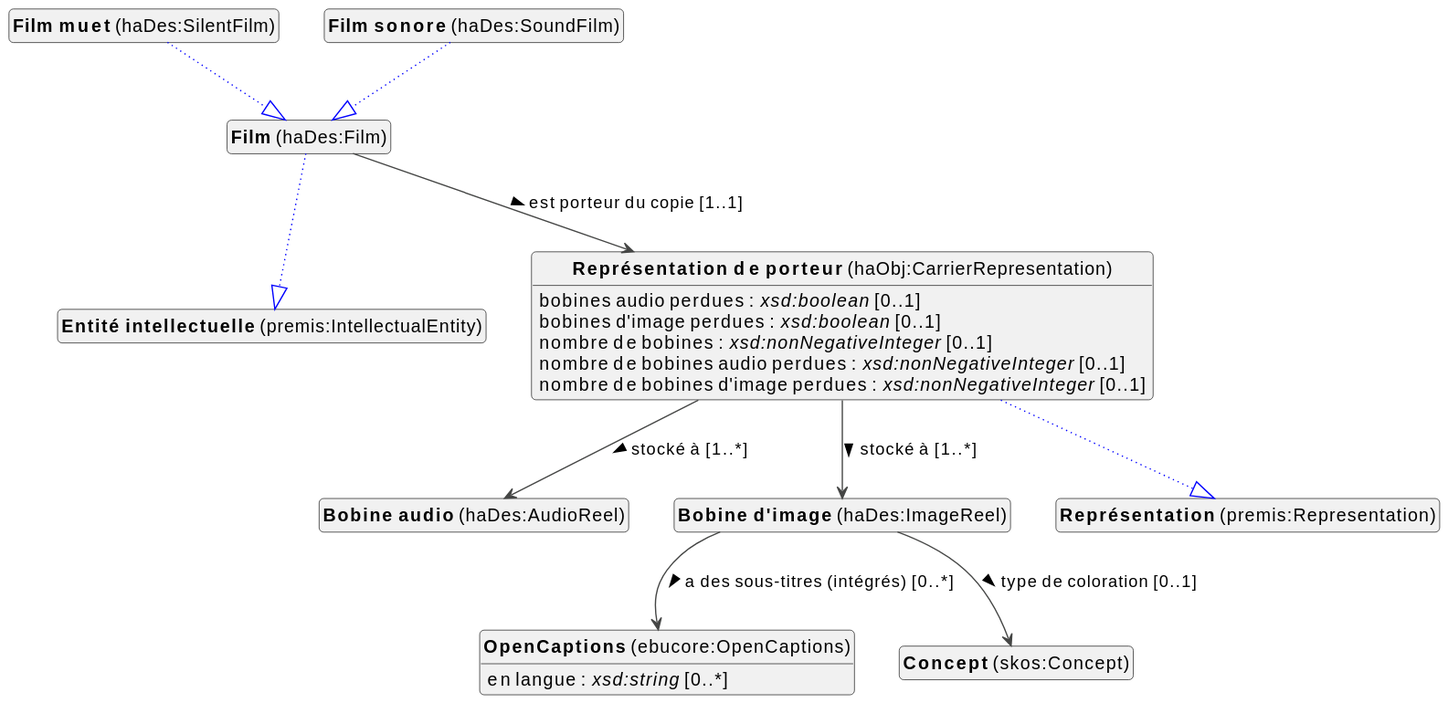
Before: docs/metadata/knowledge-graph/1.0.0/film/fr/film-diagram.svg, a diagram exported from PlantUML (viaacode/documentation).
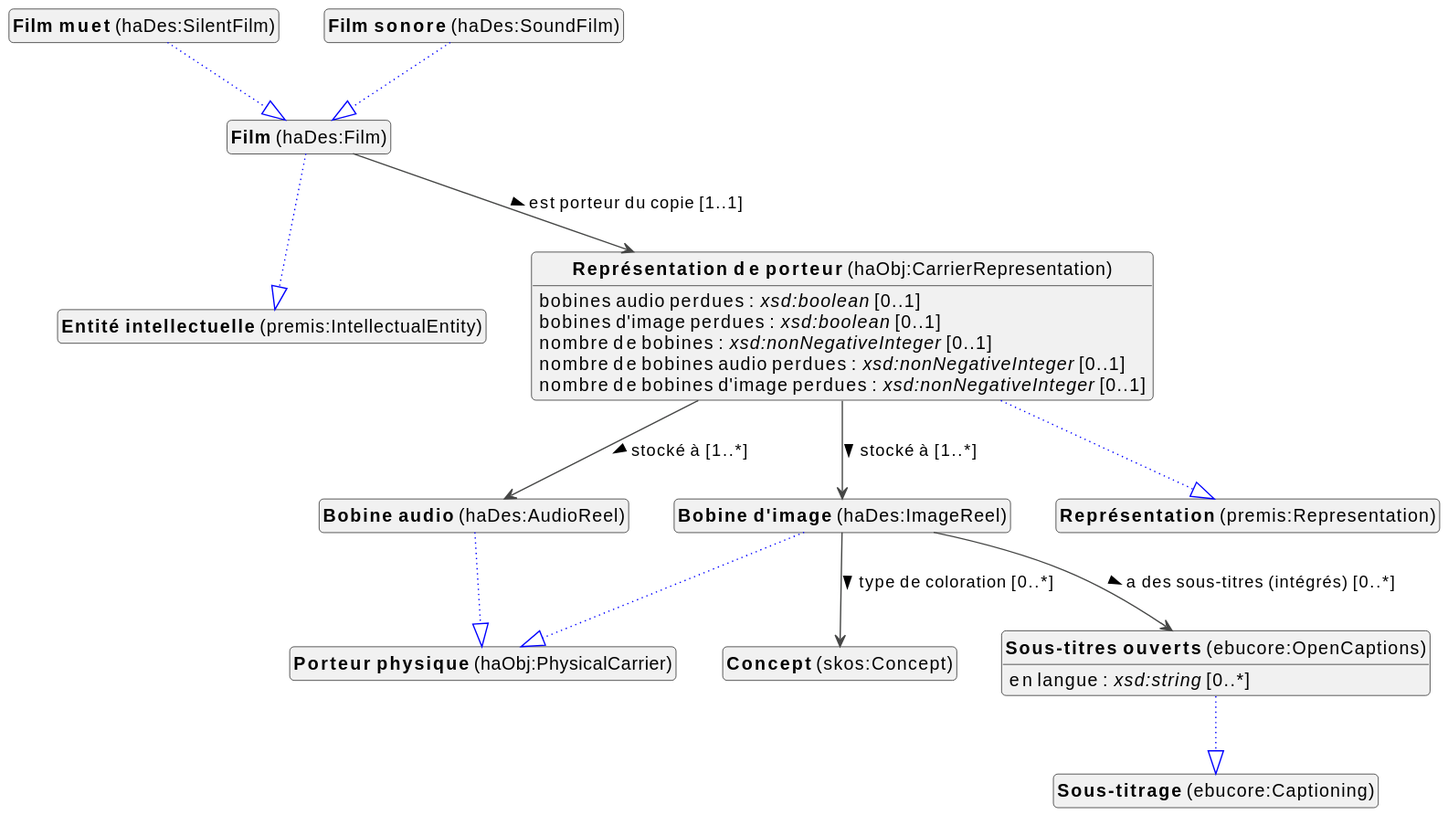
The same file after the commit.

The edit, as a diff of the source:
```diff
@@ -10,9 +10,10 @@
 top to bottom direction
 
 
-class "<b>OpenCaptions</b> (ebucore:OpenCaptions)" as ebucore_OpenCaptions [[#ebucore%3AOpenCaptions]]
 class "<b>Bobine audio</b> (haDes:AudioReel)" as haDes_AudioReel [[#haDes%3AAudioReel]]
+class "<b>Porteur physique</b> (haObj:PhysicalCarrier)" as haObj_PhysicalCarrier [[#haObj%3APhysicalCarrier]]
 class "<b>Bobine d'image</b> (haDes:ImageReel)" as haDes_ImageReel [[#haDes%3AImageReel]]
+class "<b>Porteur physique</b> (haObj:PhysicalCarrier)" as haObj_PhysicalCarrier [[#haObj%3APhysicalCarrier]]
 class "<b>Concept</b> (skos:Concept)" as skos_Concept [[../../terms/fr#skos%3AConcept]]
 class "<b>Film</b> (haDes:Film)" as haDes_Film [[#haDes%3AFilm]]
 class "<b>Entité intellectuelle</b> (premis:IntellectualEntity)" as premis_IntellectualEntity [[#premis%3AIntellectualEntity]]
@@ -22,16 +23,16 @@
 class "<b>Film</b> (haDes:Film)" as haDes_Film [[#haDes%3AFilm]]
 class "<b>Représentation de porteur</b> (haObj:CarrierRepresentation)" as haObj_CarrierRepresentation [[../../audiovisual/fr#haObj%3ACarrierRepresentation]]
 class "<b>Représentation</b> (premis:Representation)" as premis_Representation [[#premis%3ARepresentation]]
+class "<b>Sous-titres ouverts</b> (ebucore:OpenCaptions)" as ebucore_OpenCaptions [[#ebucore%3AOpenCaptions]]
+class "<b>Sous-titrage</b> (ebucore:Captioning)" as ebucore_Captioning [[#ebucore%3ACaptioning]]
+
+haDes_AudioReel --|> haObj_PhysicalCarrier #blue;line.dotted;text:blue
 
 
-ebucore_OpenCaptions : en langue : <i>xsd:string</i> [0..*]
-
-
-
-
+haDes_ImageReel --|> haObj_PhysicalCarrier #blue;line.dotted;text:blue
 
 haDes_ImageReel --> ebucore_OpenCaptions :a des sous-titres (intégrés) [0..*]  >
-haDes_ImageReel --> skos_Concept :type de coloration [0..1]  >
+haDes_ImageReel --> skos_Concept :type de coloration [0..*]  >
 
 
 
@@ -57,6 +58,11 @@
 
 
 
+ebucore_OpenCaptions --|> ebucore_Captioning #blue;line.dotted;text:blue
+
+ebucore_OpenCaptions : en langue : <i>xsd:string</i> [0..*]
+
+
 
 hide circle
 hide methods
```
